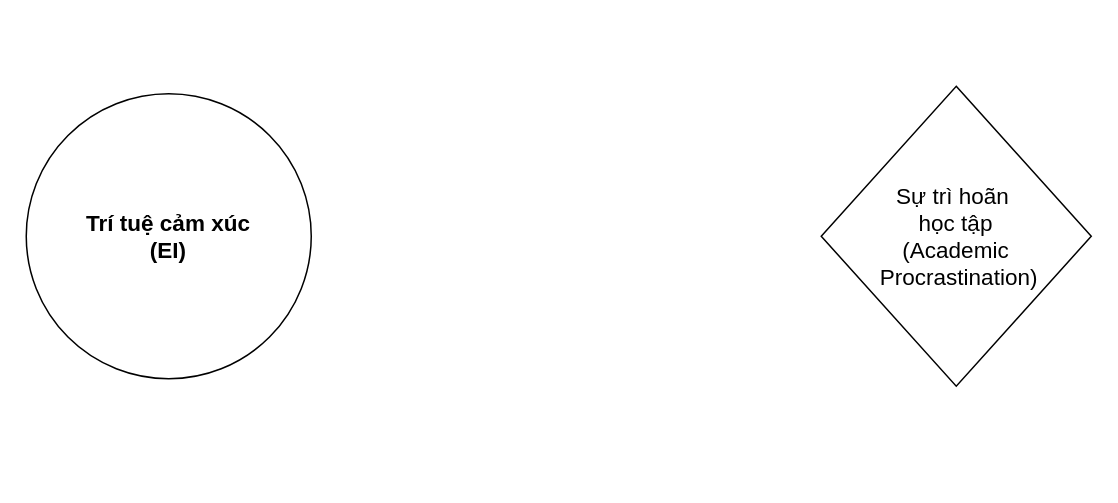
Before: mo-hinh-ngien-cuu.drawio in huyle84/diagrams, a draw.io diagram. Source tidied: cells renumbered, new cells numbered last; positions are measured from the earlier drawing's top-left corner, leaving out a move shared by most shapes. Both pictures are drawn from the tidied source at 150%, with x=0, y=0 at pixel (26, 86).
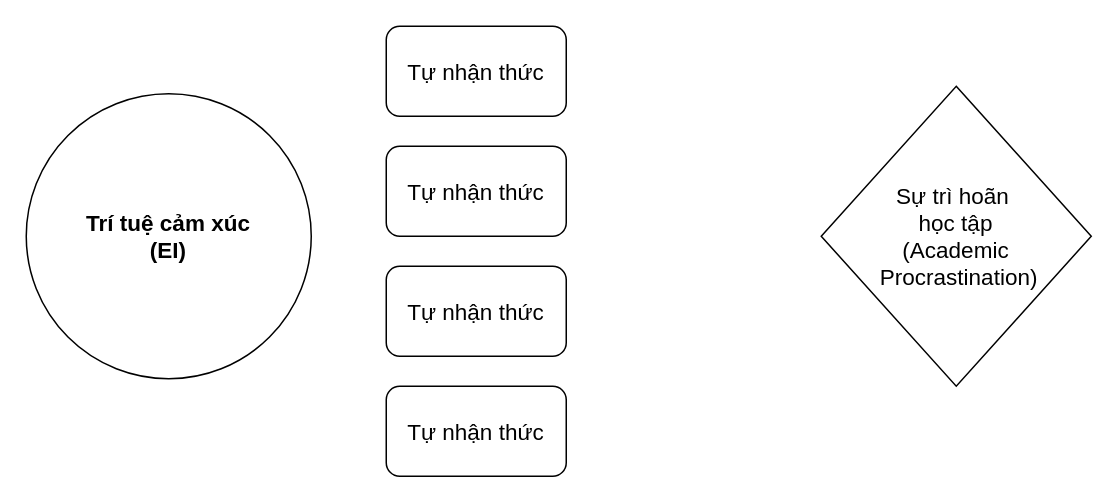
The same page after the edit.

What changed in the source:
```diff
@@
 <mxGraphModel>
   <root>
     <mxCell id="0" />
     <mxCell id="1" parent="0" />
     <mxCell id="2" value="&lt;font style=&quot;font-size: 15px;&quot;&gt;&lt;b&gt;Trí tuệ cảm xúc&lt;/b&gt;&lt;/font&gt;&lt;div&gt;&lt;font style=&quot;font-size: 15px;&quot;&gt;&lt;b&gt;(EI)&lt;/b&gt;&lt;/font&gt;&lt;/div&gt;" style="ellipse;whiteSpace=wrap;html=1;" parent="1" vertex="1">
       <mxGeometry y="5" width="190" height="190" as="geometry" />
     </mxCell>
     <mxCell id="3" value="&lt;font style=&quot;font-size: 15px;&quot;&gt;Sự trì hoãn&amp;nbsp;&lt;/font&gt;&lt;div&gt;&lt;font style=&quot;font-size: 15px;&quot;&gt;học tập&lt;br&gt;(Academic&lt;/font&gt;&lt;/div&gt;&lt;div&gt;&lt;font style=&quot;font-size: 15px;&quot;&gt;&amp;nbsp;Procrastination)&lt;/font&gt;&lt;/div&gt;" style="rhombus;whiteSpace=wrap;html=1;" parent="1" vertex="1">
       <mxGeometry x="530" width="180" height="200" as="geometry" />
     </mxCell>
+    <mxCell id="4" value="&lt;font style=&quot;font-size: 15px;&quot;&gt;Tự nhận thức&lt;/font&gt;" style="rounded=1;whiteSpace=wrap;html=1;" parent="1" vertex="1">
+      <mxGeometry x="240" y="-40" width="120" height="60" as="geometry" />
+    </mxCell>
+    <mxCell id="5" value="&lt;font style=&quot;font-size: 15px;&quot;&gt;Tự nhận thức&lt;/font&gt;" style="rounded=1;whiteSpace=wrap;html=1;" parent="1" vertex="1">
+      <mxGeometry x="240" y="40" width="120" height="60" as="geometry" />
+    </mxCell>
+    <mxCell id="6" value="&lt;font style=&quot;font-size: 15px;&quot;&gt;Tự nhận thức&lt;/font&gt;" style="rounded=1;whiteSpace=wrap;html=1;" parent="1" vertex="1">
+      <mxGeometry x="240" y="120" width="120" height="60" as="geometry" />
+    </mxCell>
+    <mxCell id="7" value="&lt;font style=&quot;font-size: 15px;&quot;&gt;Tự nhận thức&lt;/font&gt;" style="rounded=1;whiteSpace=wrap;html=1;" parent="1" vertex="1">
+      <mxGeometry x="240" y="200" width="120" height="60" as="geometry" />
+    </mxCell>
   </root>
 </mxGraphModel>
```
